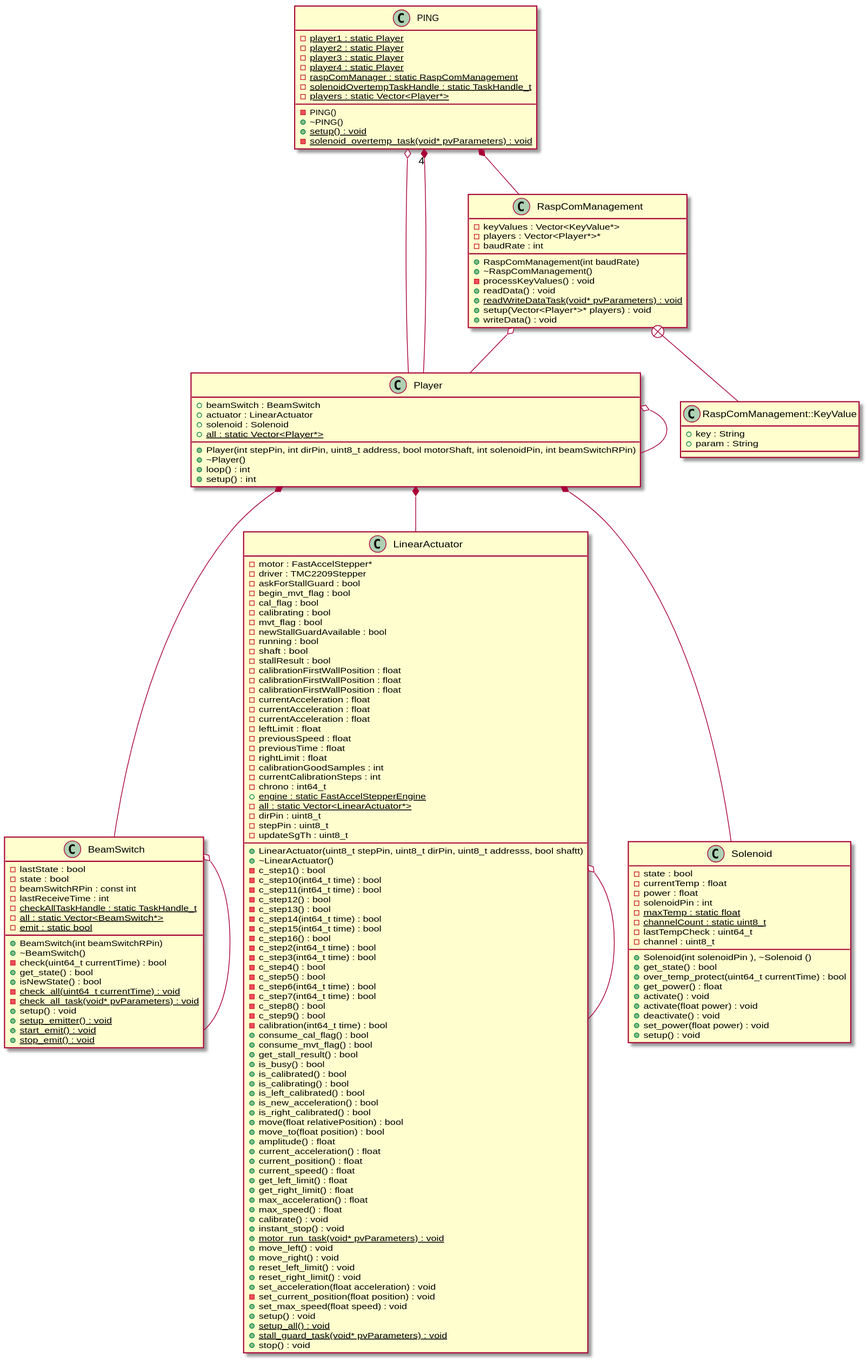
The PlantUML diagram docs/esp32.svg in 2PING2/PING2, before a commit.
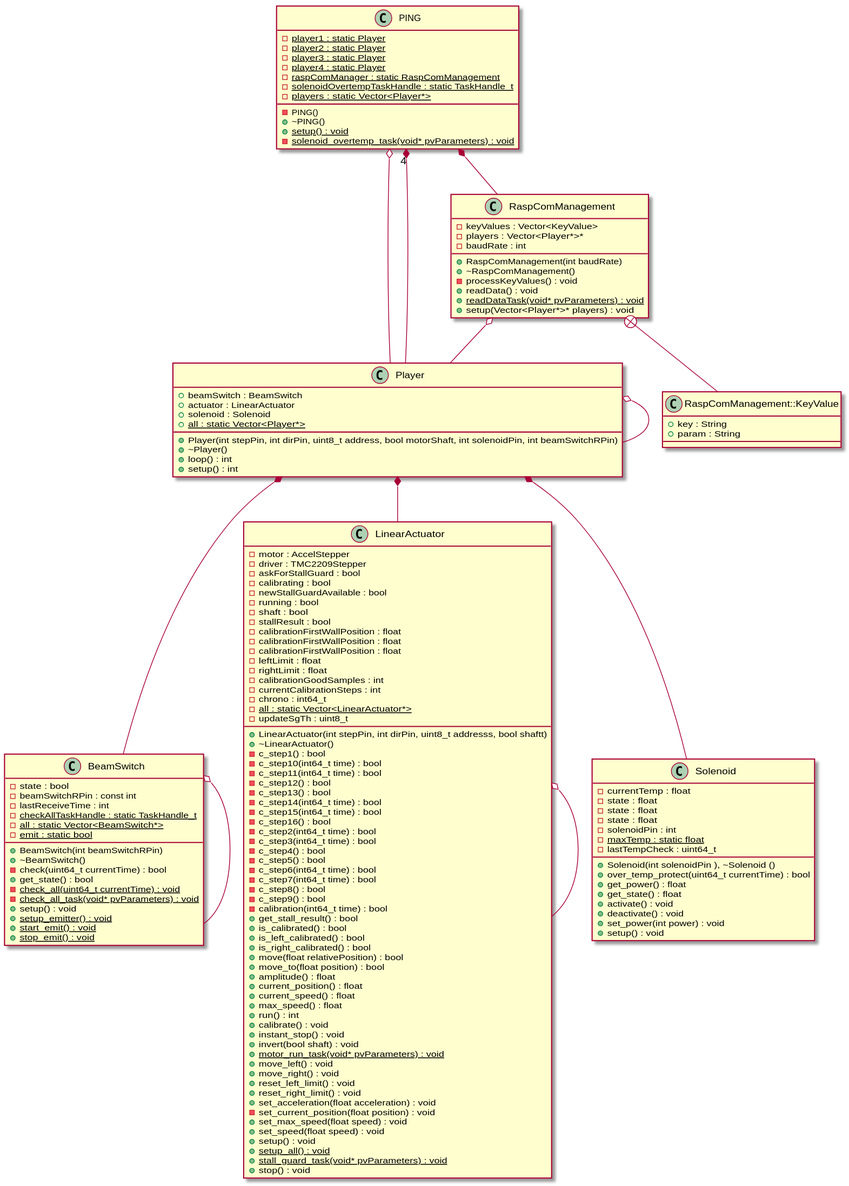
The same file after the commit.

Commit message:
fix: update firmware and bootloader binaries; enhance LinearActuator and Solenoid classes; improve debugging output in main and test files

Diff of the diagram source:
```diff
@@ -10,8 +10,6 @@
 	+~BeamSwitch()
 	-check(uint64_t currentTime) : bool
 	+get_state() : bool
-	+isNewState() : bool
-	-lastState : bool
 	-state : bool
 	-beamSwitchRPin : const int
 	-lastReceiveTime : int
@@ -28,12 +26,11 @@
 
 
 class LinearActuator {
-	+LinearActuator(uint8_t stepPin, uint8_t dirPin, uint8_t addresss, bool shaftt)
+	+LinearActuator(int stepPin, int dirPin, uint8_t addresss, bool shaftt)
 	+~LinearActuator()
-	-motor : FastAccelStepper*
+	-motor : AccelStepper
 	-driver : TMC2209Stepper
 	-askForStallGuard : bool
-	-begin_mvt_flag : bool
 	-c_step1() : bool
 	-c_step10(int64_t time) : bool
 	-c_step11(int64_t time) : bool
@@ -50,21 +47,14 @@
 	-c_step7(int64_t time) : bool
 	-c_step8() : bool
 	-c_step9() : bool
-	-cal_flag : bool
 	-calibrating : bool
 	-calibration(int64_t time) : bool
-	+consume_cal_flag() : bool
-	+consume_mvt_flag() : bool
 	+get_stall_result() : bool
-	+is_busy() : bool
 	+is_calibrated() : bool
-	+is_calibrating() : bool
 	+is_left_calibrated() : bool
-	+is_new_acceleration() : bool
 	+is_right_calibrated() : bool
 	+move(float relativePosition) : bool
 	+move_to(float position) : bool
-	-mvt_flag : bool
 	-newStallGuardAvailable : bool
 	-running : bool
 	-shaft : bool
@@ -73,30 +63,20 @@
 	-calibrationFirstWallPosition : float
 	-calibrationFirstWallPosition : float
 	-calibrationFirstWallPosition : float
-	-currentAcceleration : float
-	-currentAcceleration : float
-	-currentAcceleration : float
-	+current_acceleration() : float
 	+current_position() : float
 	+current_speed() : float
-	+get_left_limit() : float
-	+get_right_limit() : float
 	-leftLimit : float
-	+max_acceleration() : float
 	+max_speed() : float
-	-previousSpeed : float
-	-previousTime : float
 	-rightLimit : float
 	-calibrationGoodSamples : int
 	-currentCalibrationSteps : int
+	+run() : int
 	-chrono : int64_t
-	+{static} engine : static FastAccelStepperEngine
 	-{static} all : static Vector<LinearActuator*>
-	-dirPin : uint8_t
-	-stepPin : uint8_t
 	-updateSgTh : uint8_t
 	+calibrate() : void
 	+instant_stop() : void
+	+invert(bool shaft) : void
 	+{static} motor_run_task(void* pvParameters) : void
 	+move_left() : void
 	+move_right() : void
@@ -105,6 +85,7 @@
 	+set_acceleration(float acceleration) : void
 	-set_current_position(float position) : void
 	+set_max_speed(float speed) : void
+	+set_speed(float speed) : void
 	+setup() : void
 	+{static} setup_all() : void
 	+{static} stall_guard_task(void* pvParameters) : void
@@ -142,34 +123,31 @@
 class RaspComManagement {
 	+RaspComManagement(int baudRate)
 	+~RaspComManagement()
-	-keyValues : Vector<KeyValue*>
+	-keyValues : Vector<KeyValue>
 	-players : Vector<Player*>*
 	-baudRate : int
 	-processKeyValues() : void
 	+readData() : void
-	+{static} readWriteDataTask(void* pvParameters) : void
+	+{static} readDataTask(void* pvParameters) : void
 	+setup(Vector<Player*>* players) : void
-	+writeData() : void
 }
 
 
 class Solenoid {
 	+Solenoid(int solenoidPin ), ~Solenoid ()
-	+get_state() : bool
 	+over_temp_protect(uint64_t currentTime) : bool
-	-state : bool
 	-currentTemp : float
 	+get_power() : float
-	-power : float
+	+get_state() : float
+	-state : float
+	-state : float
+	-state : float
 	-solenoidPin : int
 	-{static} maxTemp : static float
-	-{static} channelCount : static uint8_t
 	-lastTempCheck : uint64_t
-	-channel : uint8_t
 	+activate() : void
-	+activate(float power) : void
 	+deactivate() : void
-	+set_power(float power) : void
+	+set_power(int power) : void
 	+setup() : void
 }
 
```
